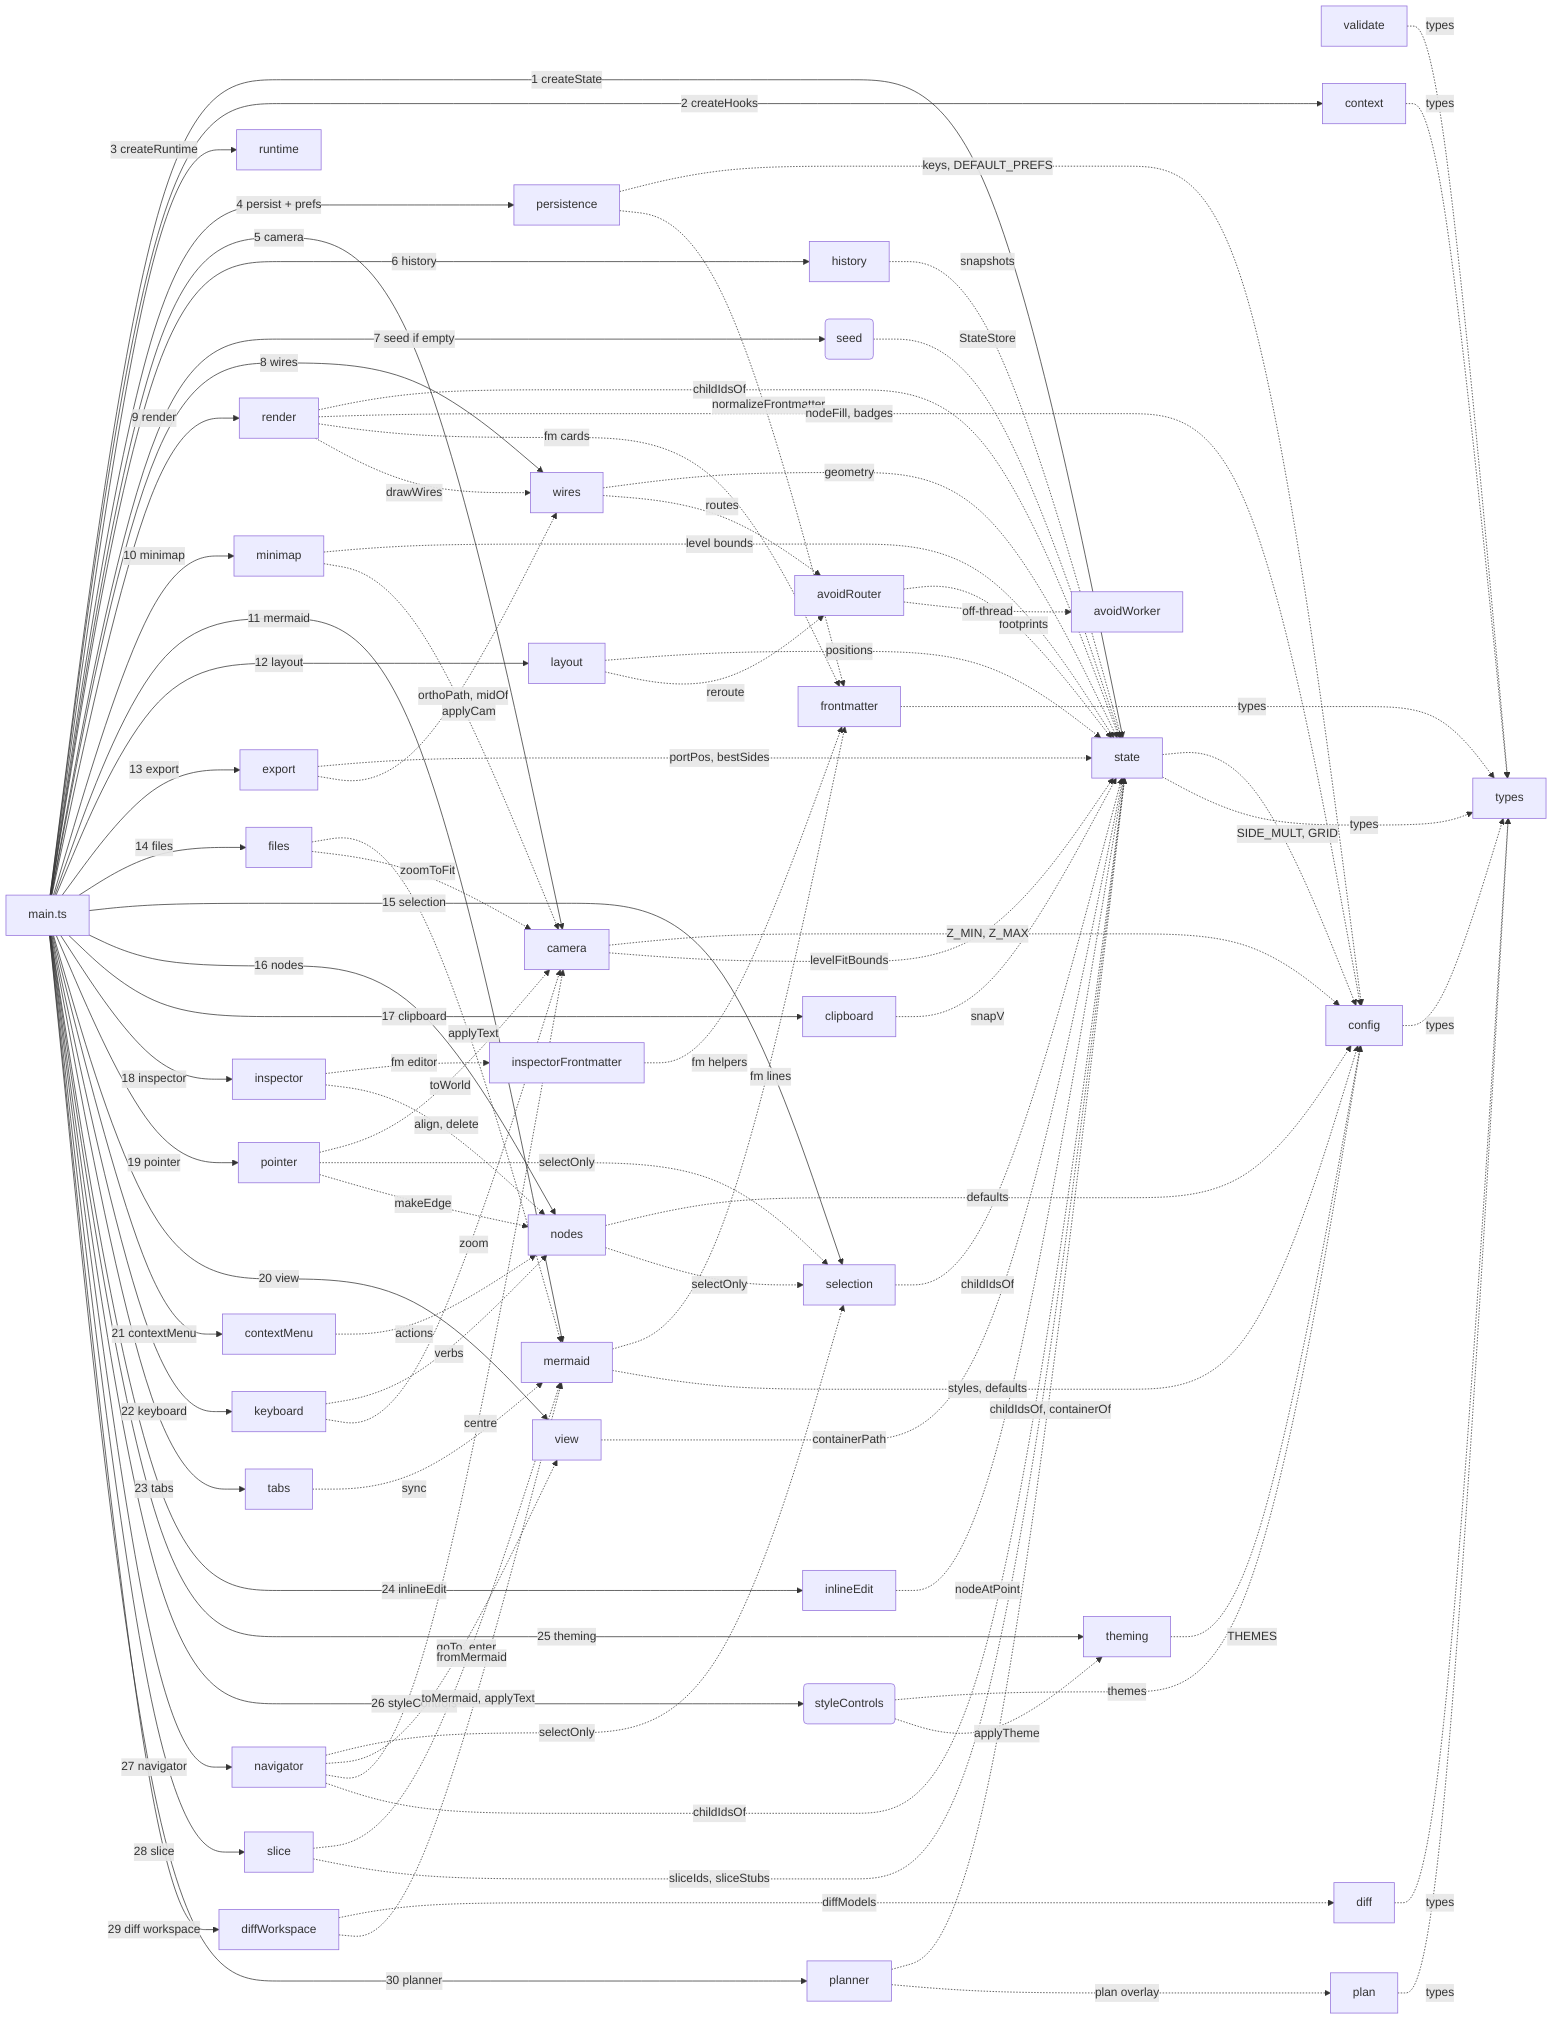
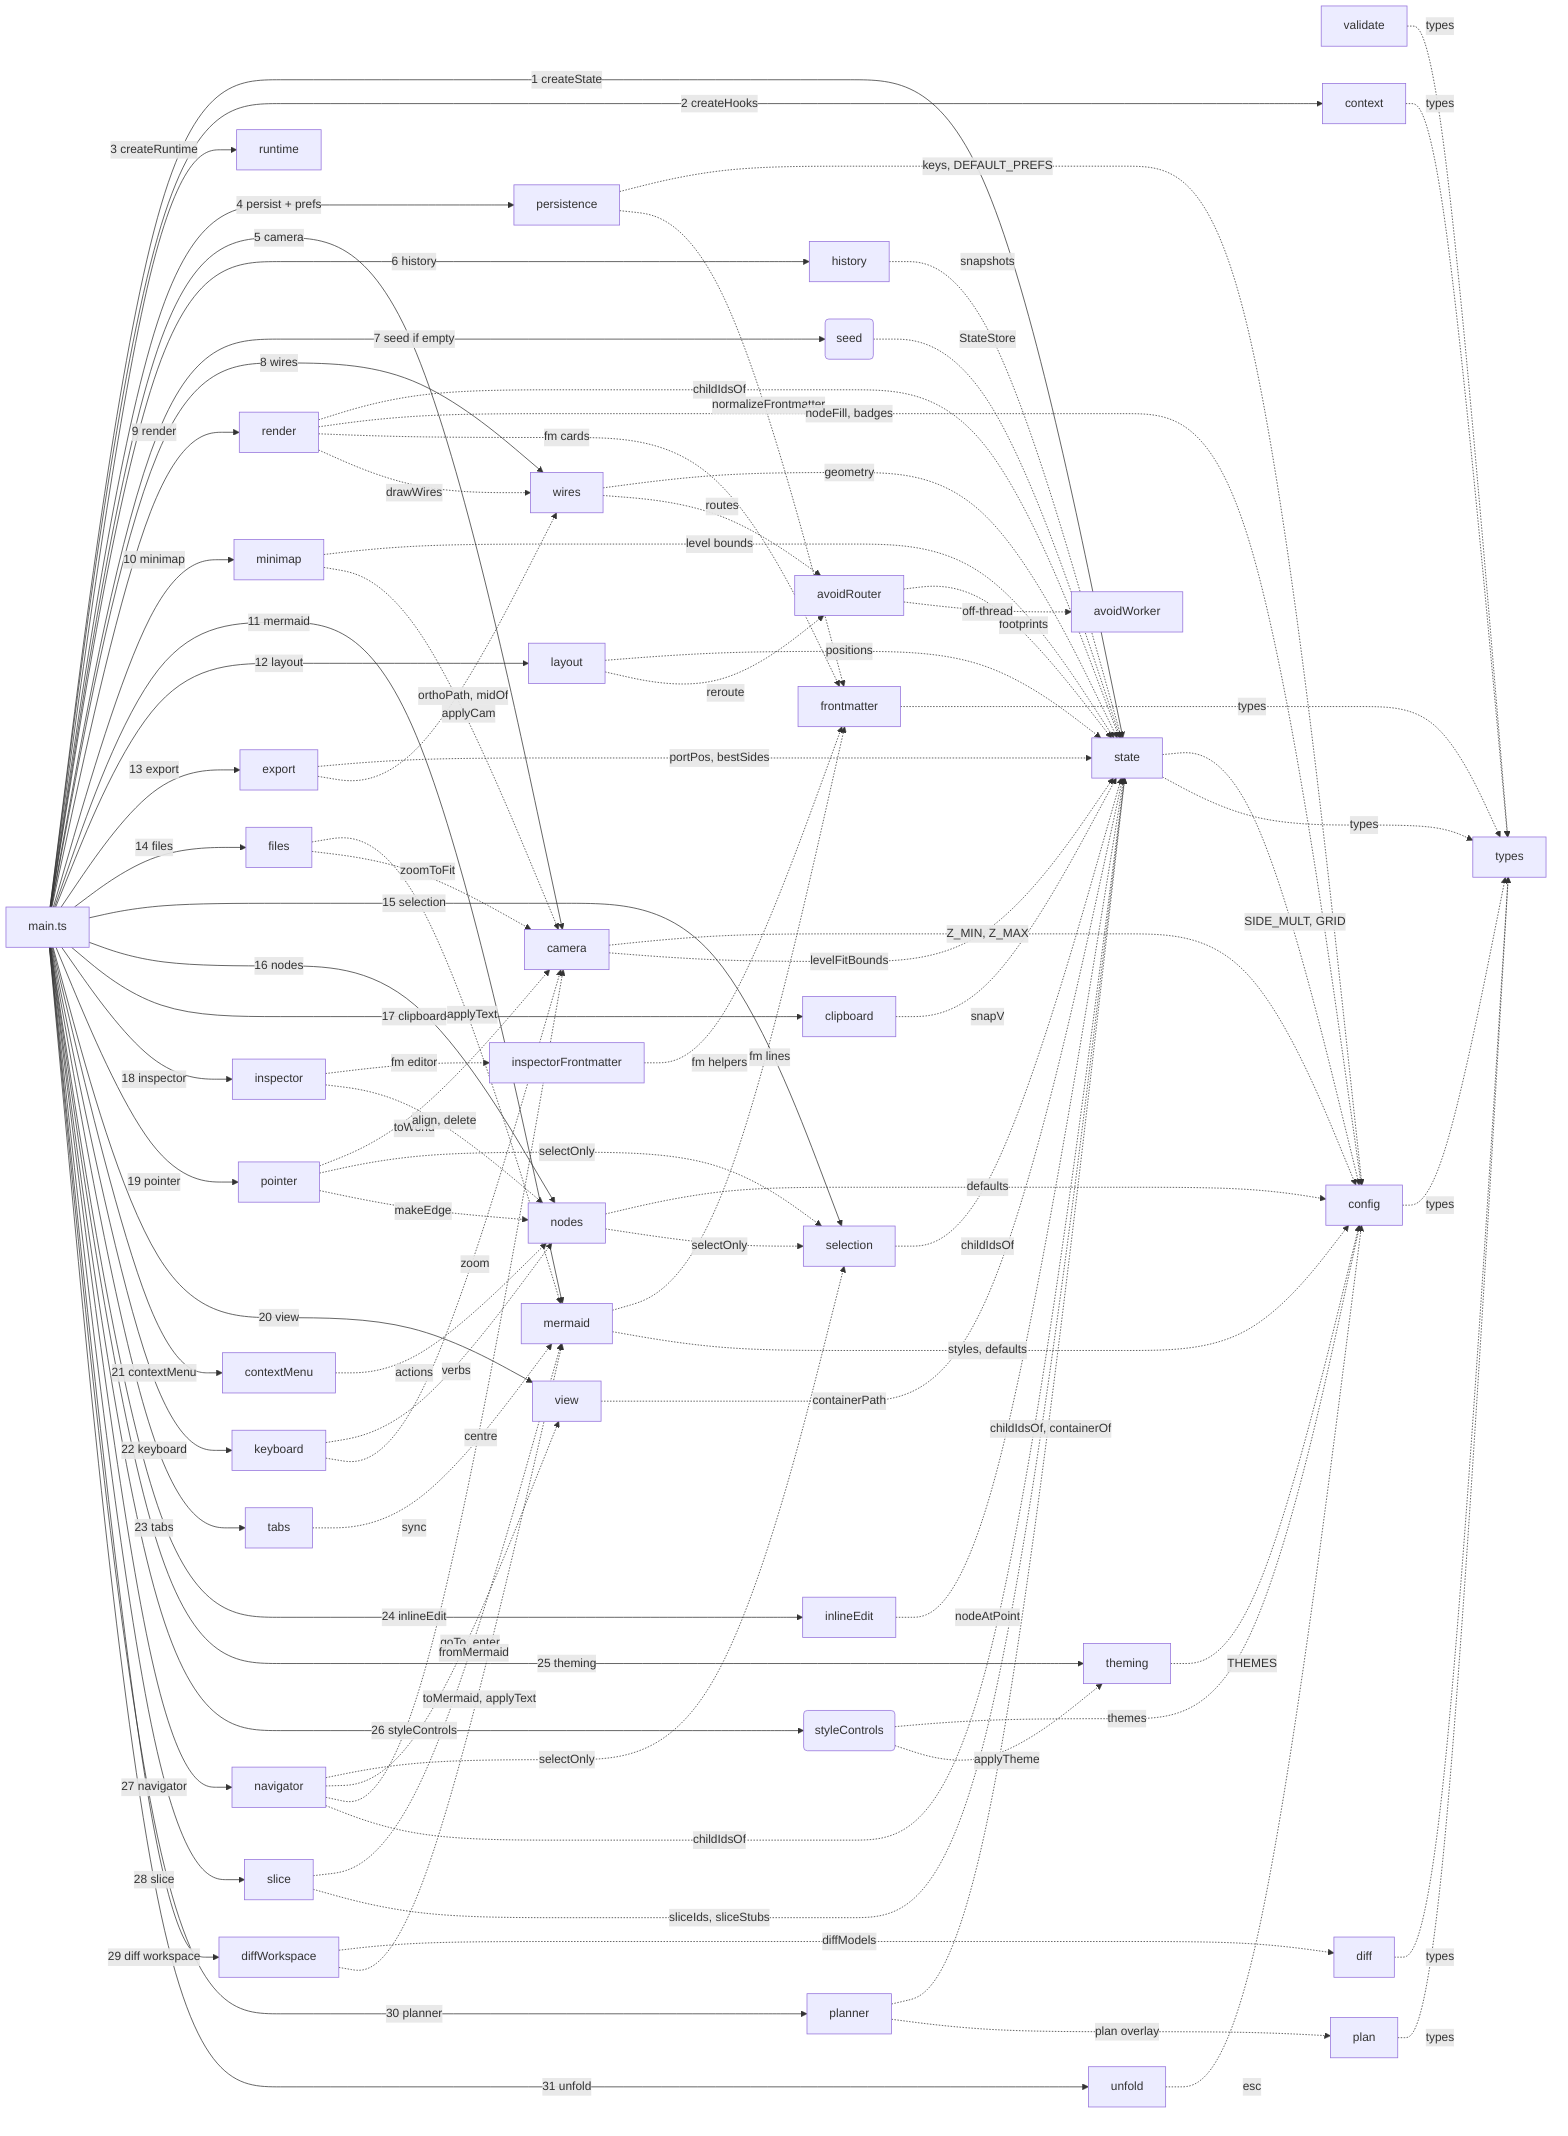
flowchart LR
%% root main

%% fm:meta main name=main
%% fm:meta main desc=composition root; builds AppContext, runs each initX in dependency order, wires hooks, boots
%% fm:meta state name=state
%% fm:meta state desc=the live diagram model (nodes, edges, selection, id counters) plus pure geometry + containment helpers
%% fm:meta frontmatter name=frontmatter
%% fm:meta frontmatter desc=per-node public-interface metadata; create, prune, serialize and parse to Mermaid %% lines
%% fm:meta validate name=validate
%% fm:meta validate desc=pure model integrity and serialize-parse round-trip checks; no DOM, types only
%% fm:meta history name=history
%% fm:meta history desc=bounded undo/redo stack of JSON model snapshots; restore writes back through hooks
%% fm:meta persistence name=persistence
%% fm:meta persistence desc=debounced autosave of model + camera to localStorage, plus load/save of Prefs
%% fm:meta camera name=camera
%% fm:meta camera desc=viewport pan and zoom transform; screen-to-world, applyCam, zoomAt, zoomToFit
%% fm:meta context name=context
%% fm:meta context desc=defines AppContext and the cross-module hook seam that breaks import cycles
%% fm:meta config name=config
%% fm:meta config desc=static lookup tables, palette, themes, fonts, zoom limits, storage keys plus tiny pure helpers
%% fm:meta types name=types
%% fm:meta types desc=shared domain types every module reads and writes; the vocabulary of the whole app
%% fm:meta runtime name=runtime
%% fm:meta runtime desc=tiny bag of transient interaction flags the render layer reads and interaction owns
%% fm:meta seed name=seed
%% fm:meta seed desc=first-run sample diagram, used only when there is no autosave to restore
%% fm:meta mermaid name=mermaid
%% fm:meta mermaid desc=two-way Mermaid text and model serializer/parser; the only module that knows the grammar
%% fm:meta layout name=layout
%% fm:meta layout desc=the Tidy automatic layered-tree layout; layers the spine and parks satellites
%% fm:meta exporter name=export
%% fm:meta exporter desc=build a standalone SVG from the model and export as a downloaded SVG or PNG
%% fm:meta files name=files
%% fm:meta files desc=save the diagram as a .mmd file and load a .mmd or bodies.json back in
%% fm:meta render name=render
%% fm:meta render desc=rebuild node DOM from the model each render; frontmatter cards, ports, drill affordance
%% fm:meta wires name=wires
%% fm:meta wires desc=draw all edges into the SVG layer plus the path geometry helpers reused by export
%% fm:meta avoidRouter name=avoidRouter
%% fm:meta avoidRouter desc=obstacle-avoiding orthogonal routing of reference edges via the libavoid WASM router
%% fm:meta minimap name=minimap
%% fm:meta minimap desc=paint the overview canvas and translate clicks and drags into camera moves
%% fm:meta avoidWorker name=avoidWorker
%% fm:meta avoidWorker desc=run the libavoid router in a dedicated worker so routing never blocks the main thread
%% fm:meta pointer name=pointer
%% fm:meta pointer desc=direct-manipulation on the canvas: drag, marquee, pan, resize, port-drag linking
%% fm:meta nodes name=nodes
%% fm:meta nodes desc=create/modify/destroy verbs on the model: addNode, makeEdge, deleteSelection, align, group
%% fm:meta selection name=selection
%% fm:meta selection desc=user-facing selection verbs that mutate sel then render and refresh the inspector
%% fm:meta clipboard name=clipboard
%% fm:meta clipboard desc=in-memory copy, paste with id remapping, and duplicate of the selection
%% fm:meta keyboard name=keyboard
%% fm:meta keyboard desc=global key and wheel handling: undo, clipboard, delete, nudge, quick-add, zoom, pan
%% fm:meta inlineEdit name=inlineEdit
%% fm:meta inlineEdit desc=double-click contenteditable label editing plus the dblclick drop-and-edit flow
%% fm:meta contextMenu name=contextMenu
%% fm:meta contextMenu desc=build and position the right-click menu with node or canvas actions
%% fm:meta view name=view
%% fm:meta view desc=own the current drill level and the verbs that change it, plus the breadcrumb
%% fm:meta inspector name=inspector
%% fm:meta inspector desc=render the right-hand property editor for a node, multi-selection, or an edge
%% fm:meta inspectorFrontmatter name=inspectorFrontmatter
%% fm:meta inspectorFrontmatter desc=render and wire the frontmatter editor for a single selected node
%% fm:meta tabs name=tabs
%% fm:meta tabs desc=switch the right panel between panes, collapse it, and show transient toasts
%% fm:meta styleControls name=styleControls
%% fm:meta styleControls desc=build and wire the Style tab: theme chips, font, toggles, routing select
%% fm:meta theming name=theming
%% fm:meta theming desc=translate prefs into live CSS variables and canvas state at runtime
%% fm:meta diff name=diff
%% fm:meta diff desc=compare two parsed models and compute the semantic delta: added, removed and changed nodes and edges
%% fm:meta navigator name=navigator
%% fm:meta navigator desc=searchable, filterable node list; click a row to drill, select and centre the camera
%% fm:meta slice name=slice
%% fm:meta slice desc=show a self-contained mmd of the selected node's neighbourhood, with a Copy button
%% fm:meta diffWorkspace name=diffWorkspace
%% fm:meta diffWorkspace desc=full-screen diff overlay: snapshot, paste a proposal, diff via diffModels, view four ways, apply
%% fm:meta plan name=plan
%% fm:meta plan desc=build-plan overlay model (pure): status/intent/phase changes keyed on real nodes/edges, plus blast-radius and coherence helpers
%% fm:meta planner name=planner
%% fm:meta planner desc=full-screen build-plan review surface: status overlay on the real map, tri-pane sync, accept/reject with dependency coherence, gated export to buildspec
+ %% fm:meta unfold name=unfold
+ %% fm:meta unfold desc=reading mode: full-screen folded view of ctx.state — containment roots only at arrival, unfold in place, opt-in layers (wires, desc, interfaces, metrics, colour, blast radius), browse tree, inspector with ctx.bodies source

%% kind main module
%% kind state module
%% kind frontmatter module
%% kind validate module
%% kind history module
%% kind persistence module
%% kind camera module
%% kind context module
%% kind config module
%% kind types module
%% kind runtime module
%% kind seed function
%% kind mermaid module
%% kind layout module
%% kind exporter module
%% kind files module
%% kind render module
%% kind wires module
%% kind avoidRouter module
%% kind minimap module
%% kind avoidWorker module
%% kind pointer module
%% kind nodes module
%% kind selection module
%% kind clipboard module
%% kind keyboard module
%% kind inlineEdit module
%% kind contextMenu module
%% kind view module
%% kind inspector module
%% kind inspectorFrontmatter module
%% kind tabs module
%% kind styleControls function
%% kind theming module
%% kind diff module
%% kind navigator module
%% kind slice module
%% kind diffWorkspace module
%% kind plan module
%% kind planner module
+ %% kind unfold module

  main["main.ts"]
  state["state"]
  frontmatter["frontmatter"]
  validate["validate"]
  history["history"]
  persistence["persistence"]
  camera["camera"]
  context["context"]
  config["config"]
  types["types"]
  runtime["runtime"]
  seed("seed")
  mermaid["mermaid"]
  layout["layout"]
  exporter["export"]
  files["files"]
  render["render"]
  wires["wires"]
  avoidRouter["avoidRouter"]
  minimap["minimap"]
  avoidWorker["avoidWorker"]
  pointer["pointer"]
  nodes["nodes"]
  selection["selection"]
  clipboard["clipboard"]
  keyboard["keyboard"]
  inlineEdit["inlineEdit"]
  contextMenu["contextMenu"]
  view["view"]
  inspector["inspector"]
  inspectorFrontmatter["inspectorFrontmatter"]
  tabs["tabs"]
  styleControls("styleControls")
  theming["theming"]
  diff["diff"]
  navigator["navigator"]
  slice["slice"]
  diffWorkspace["diffWorkspace"]
  plan["plan"]
  planner["planner"]
+   unfold["unfold"]

  main -->|1 createState| state
  main -->|2 createHooks| context
  main -->|3 createRuntime| runtime
  main -->|4 persist + prefs| persistence
  main -->|5 camera| camera
  main -->|6 history| history
  main -->|7 seed if empty| seed
  main -->|8 wires| wires
  main -->|9 render| render
  main -->|10 minimap| minimap
  main -->|11 mermaid| mermaid
  main -->|12 layout| layout
  main -->|13 export| exporter
  main -->|14 files| files
  main -->|15 selection| selection
  main -->|16 nodes| nodes
  main -->|17 clipboard| clipboard
  main -->|18 inspector| inspector
  main -->|19 pointer| pointer
  main -->|20 view| view
  main -->|21 contextMenu| contextMenu
  main -->|22 keyboard| keyboard
  main -->|23 tabs| tabs
  main -->|24 inlineEdit| inlineEdit
  main -->|25 theming| theming
  main -->|26 styleControls| styleControls
  config -.->|types| types
  state -.->|SIDE_MULT, GRID| config
  state -.->|types| types
  camera -.->|Z_MIN, Z_MAX| config
  camera -.->|levelFitBounds| state
  persistence -.->|keys, DEFAULT_PREFS| config
  persistence -.->|normalizeFrontmatter| frontmatter
  history -.->|snapshots| state
  frontmatter -.->|types| types
  validate -.->|types| types
  seed -.->|StateStore| state
  context -.->|types| types
  render -.->|childIdsOf| state
  render -.->|nodeFill, badges| config
  render -.->|fm cards| frontmatter
  render -.->|drawWires| wires
  wires -.->|geometry| state
  wires -.->|routes| avoidRouter
  avoidRouter -.->|footprints| state
  avoidRouter -.->|off-thread| avoidWorker
  layout -.->|positions| state
  layout -.->|reroute| avoidRouter
  minimap -.->|level bounds| state
  minimap -.->|applyCam| camera
  mermaid -.->|fm lines| frontmatter
  mermaid -.->|styles, defaults| config
  exporter -.->|portPos, bestSides| state
  exporter -.->|orthoPath, midOf| wires
  files -.->|applyText| mermaid
  files -.->|zoomToFit| camera
  pointer -.->|toWorld| camera
  pointer -.->|selectOnly| selection
  pointer -.->|makeEdge| nodes
  nodes -.->|defaults| config
  nodes -.->|selectOnly| selection
  selection -.->|childIdsOf| state
  clipboard -.->|snapV| state
  keyboard -.->|verbs| nodes
  keyboard -.->|zoom| camera
  inlineEdit -.->|nodeAtPoint| state
  contextMenu -.->|actions| nodes
  view -.->|containerPath| state
  inspector -.->|fm editor| inspectorFrontmatter
  inspector -.->|align, delete| nodes
  inspectorFrontmatter -.->|fm helpers| frontmatter
  tabs -.->|sync| mermaid
  styleControls -.->|themes| config
  styleControls -.->|applyTheme| theming
  theming -.->|THEMES| config
  main -->|27 navigator| navigator
  main -->|28 slice| slice
  main -->|29 diff workspace| diffWorkspace
  diff -.->|types| types
  diffWorkspace -.->|diffModels| diff
  diffWorkspace -.->|toMermaid, applyText| mermaid
  navigator -.->|selectOnly| selection
  navigator -.->|goTo, enter| view
  navigator -.->|centre| camera
  navigator -.->|childIdsOf| state
  slice -.->|fromMermaid| mermaid
  slice -.->|sliceIds, sliceStubs| state
  main -->|30 planner| planner
+   main -->|31 unfold| unfold
  plan -.->|types| types
  planner -.->|childIdsOf, containerOf| state
  planner -.->|plan overlay| plan
+   unfold -.->|esc| config
